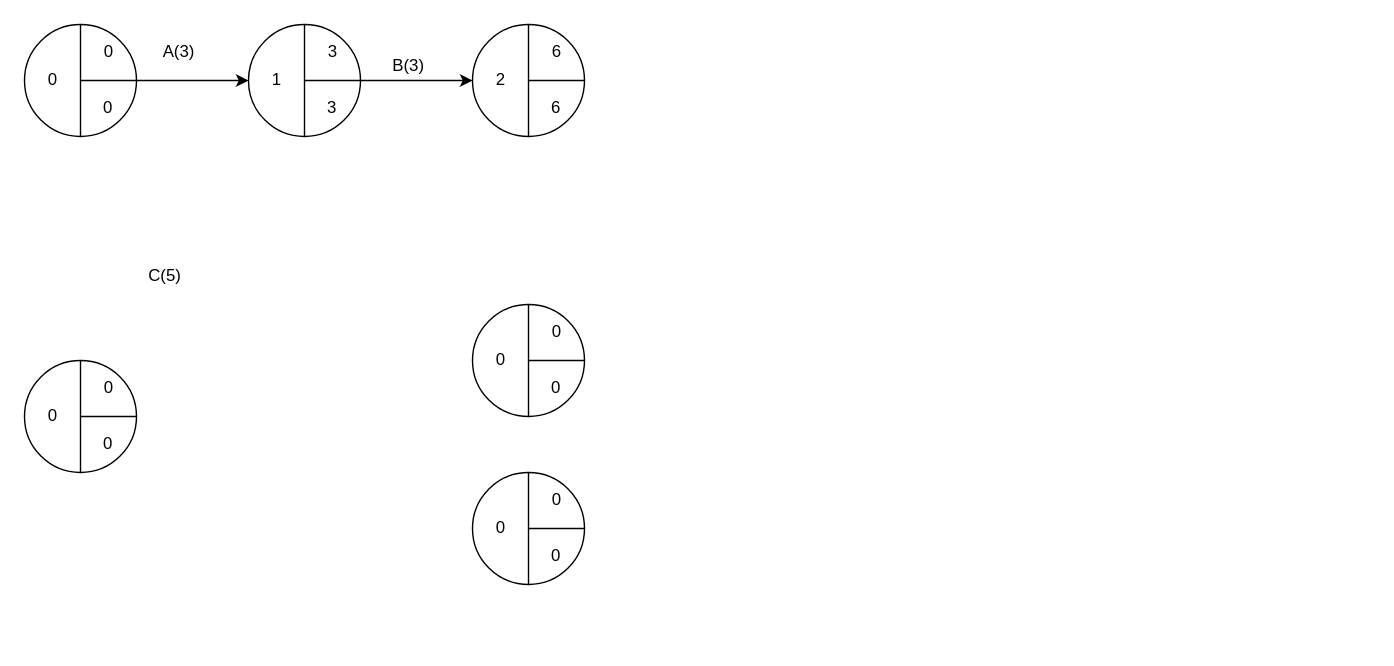
The draw.io diagram IngenieriaSoftware/Practica2/ej3.drawio in Luchit0-afk/Diagramas, before the edit. Source tidied: cells renumbered, new cells numbered last; positions are measured from the earlier drawing's top-left corner, leaving out a move shared by most shapes. Both pictures are drawn from the tidied source at 140%, with x=0, y=0 at pixel (24, 24).
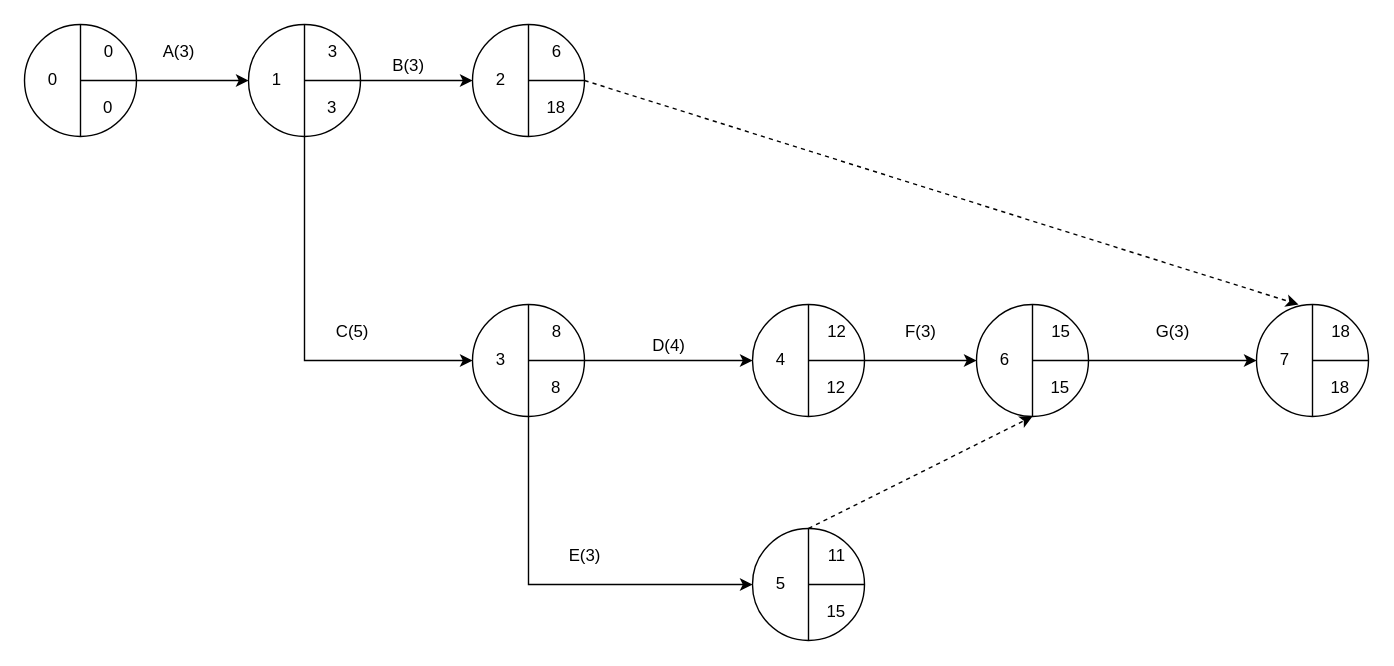
The same diagram, later.

The change refers to these unchanged cells:
```xml
<mxCell id="10" style="ellipse;whiteSpace=wrap;html=1;" parent="1" vertex="1">
  <mxGeometry x="160" width="80" height="80" as="geometry" />
</mxCell>
<mxCell id="28" style="ellipse;whiteSpace=wrap;html=1;" parent="1" vertex="1">
  <mxGeometry x="320" y="200" width="80" height="80" as="geometry" />
</mxCell>
```

What changed in the source:
```diff
@@
+    <mxCell id="43" style="edgeStyle=orthogonalEdgeStyle;rounded=0;jettySize=auto;html=1;exitX=0.5;exitY=1;exitDx=0;exitDy=0;entryX=0;entryY=0.5;entryDx=0;entryDy=0;" parent="1" edge="1" source="10" target="28">
+      <mxGeometry relative="1" as="geometry" />
+    </mxCell>
@@
-    <mxCell id="19" value="6" style="text;html=1;strokeColor=none;fillColor=none;align=center;verticalAlign=middle;whiteSpace=wrap;rounded=0;" parent="1" vertex="1">
+    <mxCell id="19" value="18" style="text;html=1;strokeColor=none;fillColor=none;align=center;verticalAlign=middle;whiteSpace=wrap;rounded=0;" parent="1" vertex="1">
       <mxGeometry x="360" y="50" width="40" height="20" as="geometry" />
     </mxCell>
@@
+    <mxCell id="44" style="edgeStyle=orthogonalEdgeStyle;rounded=0;jettySize=auto;html=1;exitX=1;exitY=0.5;exitDx=0;exitDy=0;entryX=0;entryY=0.5;entryDx=0;entryDy=0;" parent="1" edge="1" source="22" target="50">
+      <mxGeometry relative="1" as="geometry" />
+    </mxCell>
     <mxCell id="22" style="ellipse;whiteSpace=wrap;html=1;" parent="1" vertex="1">
-      <mxGeometry y="240" width="80" height="80" as="geometry" />
+      <mxGeometry x="520" y="200" width="80" height="80" as="geometry" />
     </mxCell>
@@
     <mxCell id="24" style="endArrow=none;html=1;" parent="1" edge="1">
       <mxGeometry relative="1" as="geometry">
-        <mxPoint x="40" y="280" as="sourcePoint" />
-        <mxPoint x="80" y="280" as="targetPoint" />
+        <mxPoint x="560" y="240" as="sourcePoint" />
+        <mxPoint x="600" y="240" as="targetPoint" />
       </mxGeometry>
     </mxCell>
-    <mxCell id="25" value="0" style="text;html=1;strokeColor=none;fillColor=none;align=center;verticalAlign=middle;whiteSpace=wrap;rounded=0;" parent="1" vertex="1">
-      <mxGeometry x="40" y="290" width="40" height="20" as="geometry" />
+    <mxCell id="25" value="12" style="text;html=1;strokeColor=none;fillColor=none;align=center;verticalAlign=middle;whiteSpace=wrap;rounded=0;" parent="1" vertex="1">
+      <mxGeometry x="560" y="250" width="40" height="20" as="geometry" />
     </mxCell>
-    <mxCell id="26" value="0" style="text;html=1;align=center;verticalAlign=middle;strokeColor=none;fillColor=none;" parent="1" vertex="1">
-      <mxGeometry x="10" y="270" width="20" height="20" as="geometry" />
+    <mxCell id="26" value="4" style="text;html=1;align=center;verticalAlign=middle;strokeColor=none;fillColor=none;" parent="1" vertex="1">
+      <mxGeometry x="530" y="230" width="20" height="20" as="geometry" />
     </mxCell>
-    <mxCell id="27" value="0" style="text;html=1;align=center;verticalAlign=middle;strokeColor=none;fillColor=none;" parent="1" vertex="1">
-      <mxGeometry x="50" y="250" width="20" height="20" as="geometry" />
+    <mxCell id="27" value="12" style="text;html=1;align=center;verticalAlign=middle;strokeColor=none;fillColor=none;" parent="1" vertex="1">
+      <mxGeometry x="565" y="210" width="30" height="20" as="geometry" />
     </mxCell>
+    <mxCell id="45" style="edgeStyle=orthogonalEdgeStyle;rounded=0;jettySize=auto;html=1;exitX=1;exitY=0.5;exitDx=0;exitDy=0;entryX=0;entryY=0.5;entryDx=0;entryDy=0;" parent="1" edge="1" source="28" target="22">
+      <mxGeometry relative="1" as="geometry" />
+    </mxCell>
+    <mxCell id="46" style="edgeStyle=orthogonalEdgeStyle;rounded=0;jettySize=auto;html=1;exitX=0.5;exitY=1;exitDx=0;exitDy=0;entryX=0;entryY=0.5;entryDx=0;entryDy=0;" parent="1" edge="1" source="28" target="34">
+      <mxGeometry relative="1" as="geometry" />
+    </mxCell>
@@
-    <mxCell id="31" value="0" style="text;html=1;strokeColor=none;fillColor=none;align=center;verticalAlign=middle;whiteSpace=wrap;rounded=0;" parent="1" vertex="1">
+    <mxCell id="31" value="8" style="text;html=1;strokeColor=none;fillColor=none;align=center;verticalAlign=middle;whiteSpace=wrap;rounded=0;" parent="1" vertex="1">
       <mxGeometry x="360" y="250" width="40" height="20" as="geometry" />
     </mxCell>
-    <mxCell id="32" value="0" style="text;html=1;align=center;verticalAlign=middle;strokeColor=none;fillColor=none;" parent="1" vertex="1">
+    <mxCell id="32" value="3" style="text;html=1;align=center;verticalAlign=middle;strokeColor=none;fillColor=none;" parent="1" vertex="1">
       <mxGeometry x="330" y="230" width="20" height="20" as="geometry" />
     </mxCell>
-    <mxCell id="33" value="0" style="text;html=1;align=center;verticalAlign=middle;strokeColor=none;fillColor=none;" parent="1" vertex="1">
+    <mxCell id="33" value="8" style="text;html=1;align=center;verticalAlign=middle;strokeColor=none;fillColor=none;" parent="1" vertex="1">
       <mxGeometry x="370" y="210" width="20" height="20" as="geometry" />
     </mxCell>
     <mxCell id="34" style="ellipse;whiteSpace=wrap;html=1;" parent="1" vertex="1">
-      <mxGeometry x="320" y="320" width="80" height="80" as="geometry" />
+      <mxGeometry x="520" y="360" width="80" height="80" as="geometry" />
     </mxCell>
@@
     <mxCell id="36" style="endArrow=none;html=1;" parent="1" edge="1">
       <mxGeometry relative="1" as="geometry">
-        <mxPoint x="360" y="360" as="sourcePoint" />
-        <mxPoint x="400" y="360" as="targetPoint" />
+        <mxPoint x="560" y="400" as="sourcePoint" />
+        <mxPoint x="600" y="400" as="targetPoint" />
       </mxGeometry>
     </mxCell>
-    <mxCell id="37" value="0" style="text;html=1;strokeColor=none;fillColor=none;align=center;verticalAlign=middle;whiteSpace=wrap;rounded=0;" parent="1" vertex="1">
-      <mxGeometry x="360" y="370" width="40" height="20" as="geometry" />
+    <mxCell id="37" value="15" style="text;html=1;strokeColor=none;fillColor=none;align=center;verticalAlign=middle;whiteSpace=wrap;rounded=0;" parent="1" vertex="1">
+      <mxGeometry x="560" y="410" width="40" height="20" as="geometry" />
     </mxCell>
-    <mxCell id="38" value="0" style="text;html=1;align=center;verticalAlign=middle;strokeColor=none;fillColor=none;" parent="1" vertex="1">
-      <mxGeometry x="330" y="350" width="20" height="20" as="geometry" />
+    <mxCell id="38" value="5" style="text;html=1;align=center;verticalAlign=middle;strokeColor=none;fillColor=none;" parent="1" vertex="1">
+      <mxGeometry x="530" y="390" width="20" height="20" as="geometry" />
     </mxCell>
-    <mxCell id="39" value="0" style="text;html=1;align=center;verticalAlign=middle;strokeColor=none;fillColor=none;" parent="1" vertex="1">
-      <mxGeometry x="370" y="330" width="20" height="20" as="geometry" />
+    <mxCell id="39" value="11" style="text;html=1;align=center;verticalAlign=middle;strokeColor=none;fillColor=none;" parent="1" vertex="1">
+      <mxGeometry x="565" y="370" width="30" height="20" as="geometry" />
     </mxCell>
@@
     <mxCell id="41" value="C(5)" style="text;html=1;align=center;verticalAlign=middle;strokeColor=none;fillColor=none;" parent="1" vertex="1">
-      <mxGeometry x="80" y="170" width="40" height="20" as="geometry" />
+      <mxGeometry x="214" y="210" width="40" height="20" as="geometry" />
     </mxCell>
@@
+    <mxCell id="47" value="D(4)" style="text;html=1;align=center;verticalAlign=middle;strokeColor=none;fillColor=none;" parent="1" vertex="1">
+      <mxGeometry x="440" y="220" width="40" height="20" as="geometry" />
+    </mxCell>
+    <mxCell id="48" value="E(3)" style="text;html=1;align=center;verticalAlign=middle;strokeColor=none;fillColor=none;" parent="1" vertex="1">
+      <mxGeometry x="380" y="370" width="40" height="20" as="geometry" />
+    </mxCell>
+    <mxCell id="49" style="edgeStyle=orthogonalEdgeStyle;rounded=0;jettySize=auto;html=1;exitX=1;exitY=0.5;exitDx=0;exitDy=0;" parent="1" edge="1" source="50" target="58">
+      <mxGeometry relative="1" as="geometry" />
+    </mxCell>
+    <mxCell id="50" style="ellipse;whiteSpace=wrap;html=1;" parent="1" vertex="1">
+      <mxGeometry x="680" y="200" width="80" height="80" as="geometry" />
+    </mxCell>
+    <mxCell id="51" style="endArrow=none;html=1;entryX=0.5;entryY=0;entryDx=0;entryDy=0;exitX=0.5;exitY=1;exitDx=0;exitDy=0;" parent="1" edge="1" source="50" target="50">
+      <mxGeometry relative="1" as="geometry" />
+    </mxCell>
+    <mxCell id="52" style="endArrow=none;html=1;" parent="1" edge="1">
+      <mxGeometry relative="1" as="geometry">
+        <mxPoint x="720" y="240" as="sourcePoint" />
+        <mxPoint x="760" y="240" as="targetPoint" />
+      </mxGeometry>
+    </mxCell>
+    <mxCell id="53" value="15" style="text;html=1;strokeColor=none;fillColor=none;align=center;verticalAlign=middle;whiteSpace=wrap;rounded=0;" parent="1" vertex="1">
+      <mxGeometry x="720" y="250" width="40" height="20" as="geometry" />
+    </mxCell>
+    <mxCell id="54" value="6" style="text;html=1;align=center;verticalAlign=middle;strokeColor=none;fillColor=none;" parent="1" vertex="1">
+      <mxGeometry x="690" y="230" width="20" height="20" as="geometry" />
+    </mxCell>
+    <mxCell id="55" value="15" style="text;html=1;align=center;verticalAlign=middle;strokeColor=none;fillColor=none;" parent="1" vertex="1">
+      <mxGeometry x="725" y="210" width="30" height="20" as="geometry" />
+    </mxCell>
+    <mxCell id="56" value="F(3)" style="text;html=1;align=center;verticalAlign=middle;strokeColor=none;fillColor=none;" parent="1" vertex="1">
+      <mxGeometry x="620" y="210" width="40" height="20" as="geometry" />
+    </mxCell>
+    <mxCell id="57" style="html=1;labelBackgroundColor=#ffffff;startArrow=none;startFill=0;startSize=6;endArrow=classic;endFill=1;endSize=6;jettySize=auto;strokeWidth=1;dashed=1;fontSize=14;exitX=0.5;exitY=0;exitDx=0;exitDy=0;" parent="1" edge="1" source="34">
+      <mxGeometry relative="1" as="geometry">
+        <mxPoint x="720" y="280" as="targetPoint" />
+      </mxGeometry>
+    </mxCell>
+    <mxCell id="58" style="ellipse;whiteSpace=wrap;html=1;" parent="1" vertex="1">
+      <mxGeometry x="880" y="200" width="80" height="80" as="geometry" />
+    </mxCell>
+    <mxCell id="59" style="endArrow=none;html=1;entryX=0.5;entryY=0;entryDx=0;entryDy=0;exitX=0.5;exitY=1;exitDx=0;exitDy=0;" parent="1" edge="1" source="58" target="58">
+      <mxGeometry relative="1" as="geometry" />
+    </mxCell>
+    <mxCell id="60" style="endArrow=none;html=1;" parent="1" edge="1">
+      <mxGeometry relative="1" as="geometry">
+        <mxPoint x="920" y="240" as="sourcePoint" />
+        <mxPoint x="960" y="240" as="targetPoint" />
+      </mxGeometry>
+    </mxCell>
+    <mxCell id="61" value="18" style="text;html=1;strokeColor=none;fillColor=none;align=center;verticalAlign=middle;whiteSpace=wrap;rounded=0;" parent="1" vertex="1">
+      <mxGeometry x="920" y="250" width="40" height="20" as="geometry" />
+    </mxCell>
+    <mxCell id="62" value="7" style="text;html=1;align=center;verticalAlign=middle;strokeColor=none;fillColor=none;" parent="1" vertex="1">
+      <mxGeometry x="890" y="230" width="20" height="20" as="geometry" />
+    </mxCell>
+    <mxCell id="63" value="18" style="text;html=1;align=center;verticalAlign=middle;strokeColor=none;fillColor=none;" parent="1" vertex="1">
+      <mxGeometry x="925" y="210" width="30" height="20" as="geometry" />
+    </mxCell>
+    <mxCell id="64" value="G(3)" style="text;html=1;align=center;verticalAlign=middle;strokeColor=none;fillColor=none;" parent="1" vertex="1">
+      <mxGeometry x="800" y="210" width="40" height="20" as="geometry" />
+    </mxCell>
+    <mxCell id="65" style="html=1;labelBackgroundColor=#ffffff;startArrow=none;startFill=0;startSize=6;endArrow=classic;endFill=1;endSize=6;jettySize=auto;strokeWidth=1;dashed=1;fontSize=14;entryX=0.375;entryY=0;entryDx=0;entryDy=0;entryPerimeter=0;" parent="1" edge="1" target="58">
+      <mxGeometry relative="1" as="geometry">
+        <mxPoint x="400" y="40" as="sourcePoint" />
+      </mxGeometry>
+    </mxCell>
```
